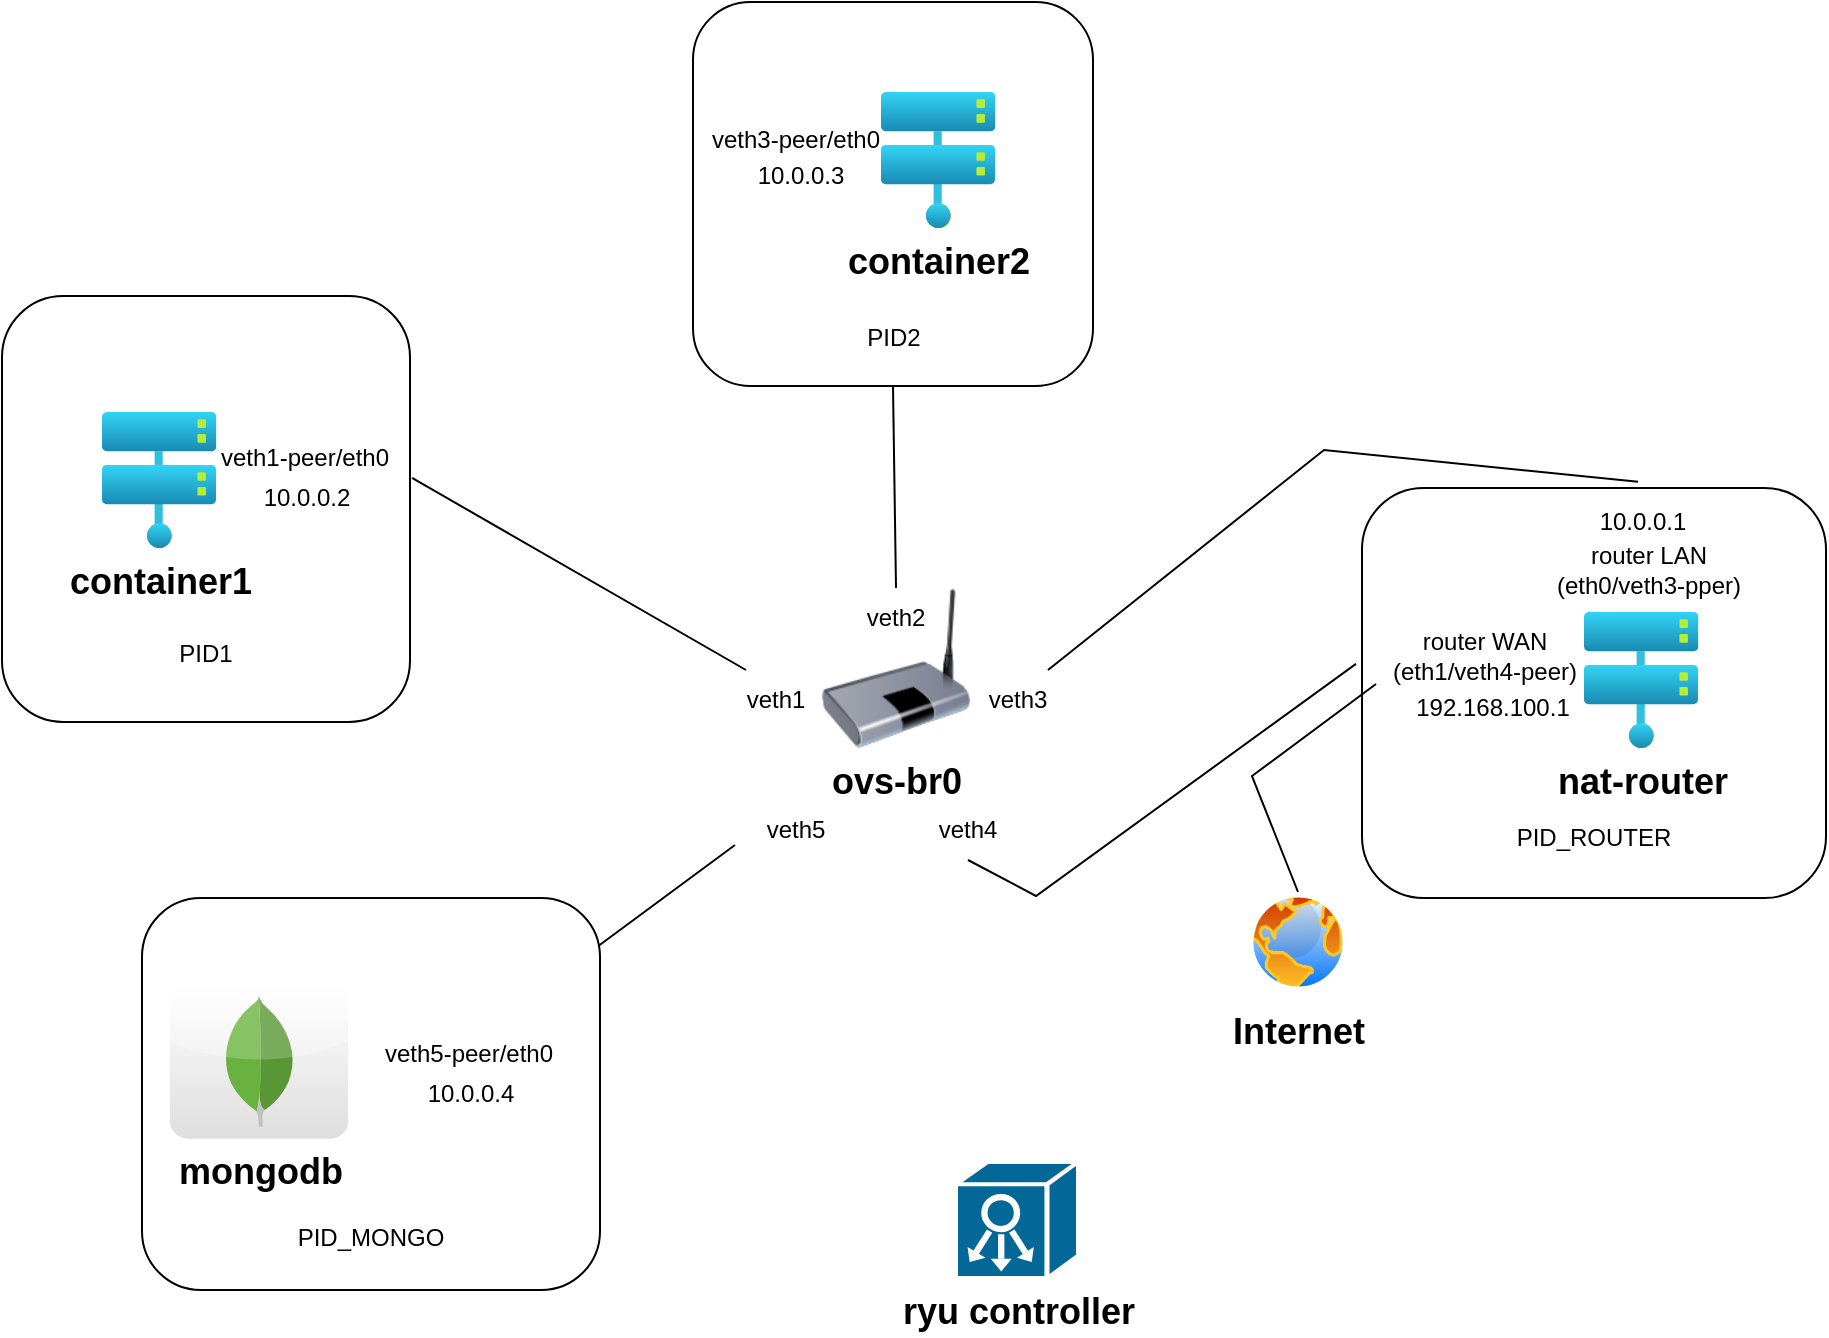
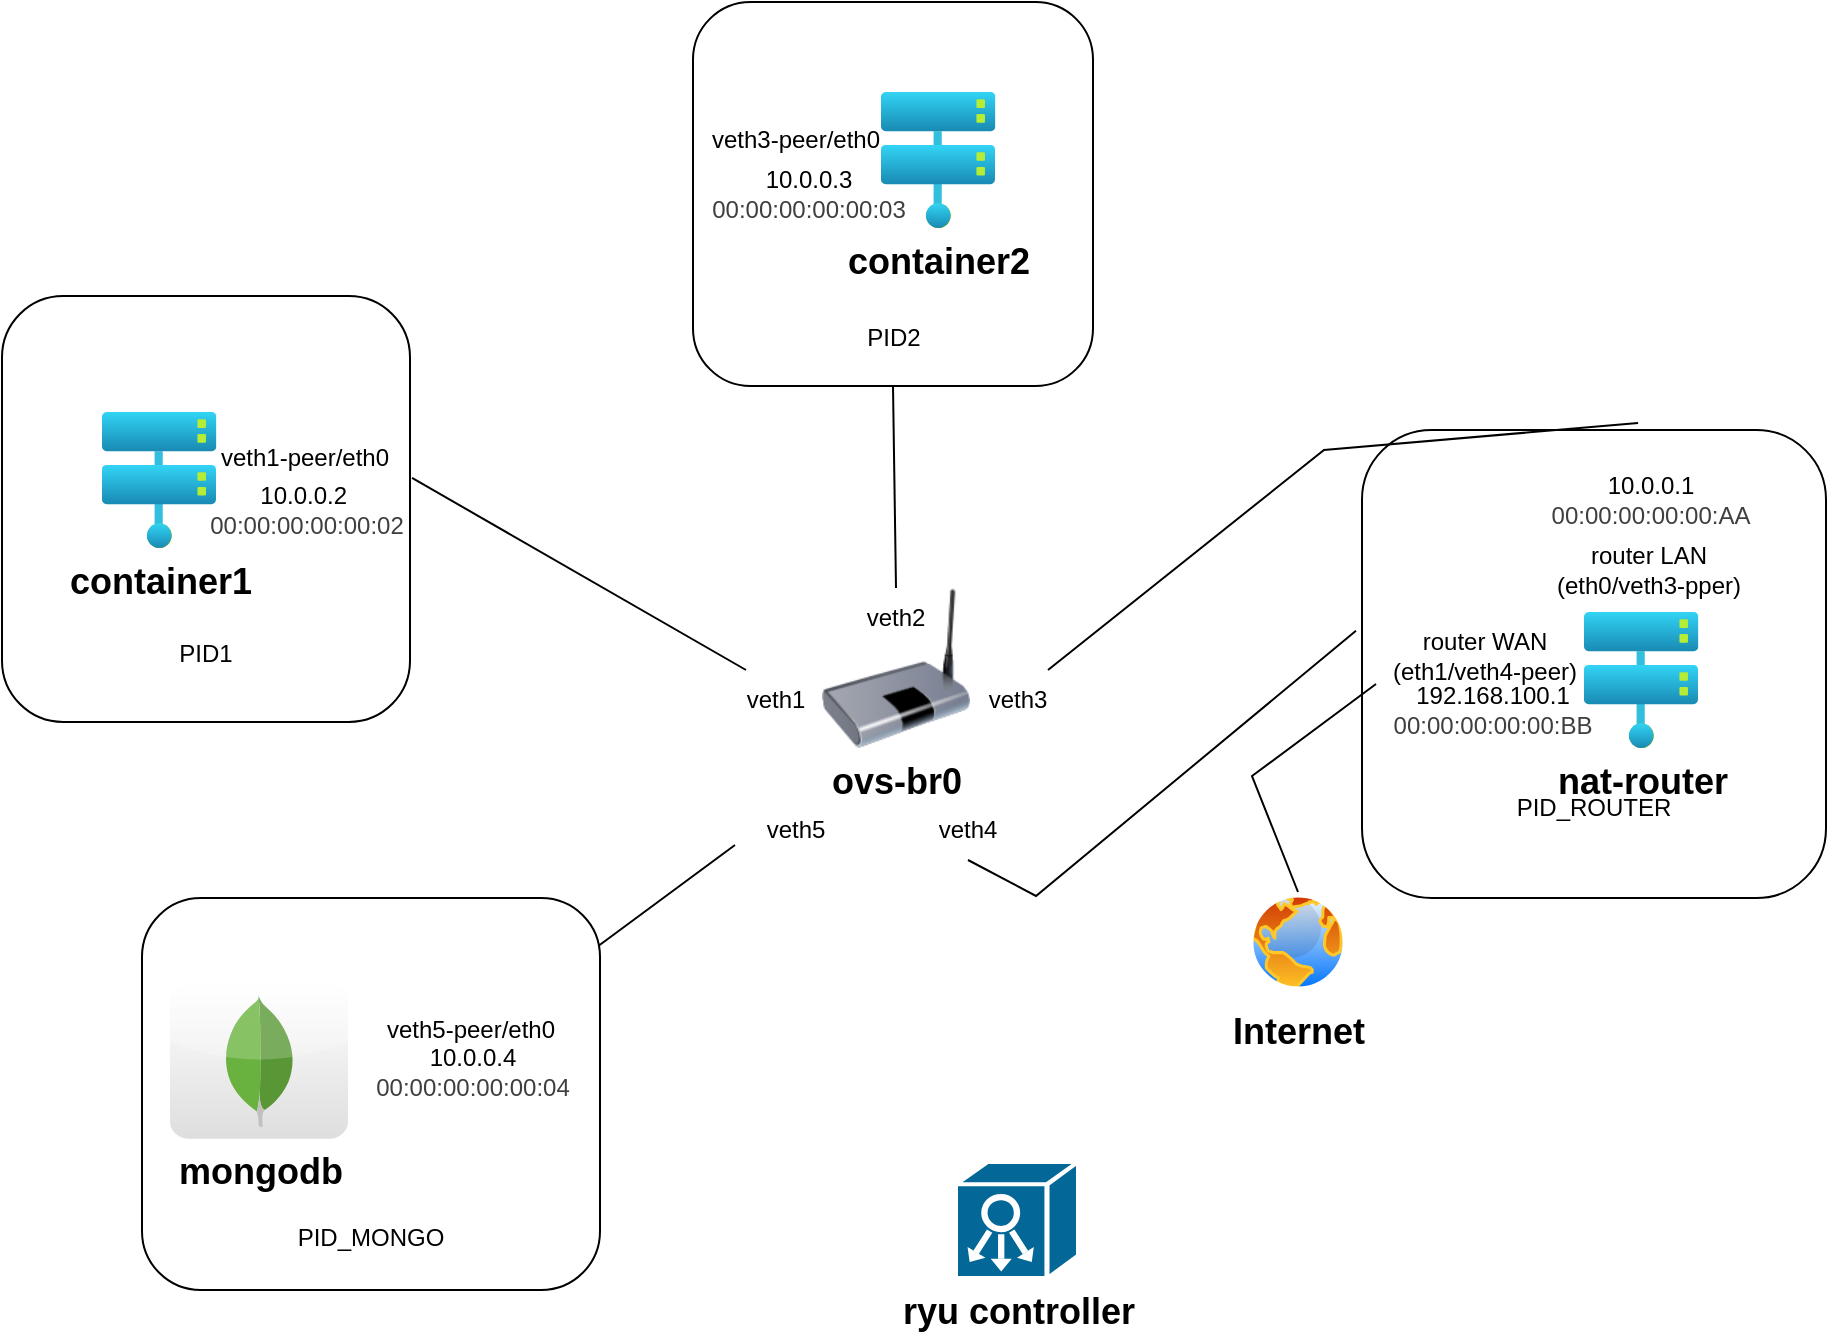
<mxfile host="65bd71144e">
    <diagram name="Página-1" id="NwOvR_DHk89jhENBpbxE">
-         <mxGraphModel dx="2128" dy="1496" grid="0" gridSize="10" guides="1" tooltips="1" connect="1" arrows="1" fold="1" page="0" pageScale="1" pageWidth="827" pageHeight="1169" math="0" shadow="0">
+         <mxGraphModel dx="1884" dy="1351" grid="0" gridSize="10" guides="1" tooltips="1" connect="1" arrows="1" fold="1" page="0" pageScale="1" pageWidth="827" pageHeight="1169" math="0" shadow="0">
            <root>
                <mxCell id="0"/>
                <mxCell id="1" parent="0"/>
                <mxCell id="_Y_jYd9SPT1ps0j-Oji8-1" value="&lt;div&gt;&lt;br&gt;&lt;/div&gt;&lt;div&gt;&lt;br&gt;&lt;/div&gt;&lt;div&gt;&lt;br&gt;&lt;/div&gt;&lt;div&gt;&lt;br&gt;&lt;/div&gt;&lt;div&gt;&lt;br&gt;&lt;/div&gt;&lt;div&gt;&lt;br&gt;&lt;/div&gt;&lt;div&gt;&lt;br&gt;&lt;/div&gt;&lt;div&gt;&lt;br&gt;&lt;/div&gt;&lt;div&gt;&lt;br&gt;&lt;/div&gt;&lt;div&gt;&lt;br&gt;&lt;/div&gt;&lt;div&gt;PID1&lt;/div&gt;" style="rounded=1;whiteSpace=wrap;html=1;fillColor=none;" parent="1" vertex="1">
                    <mxGeometry x="-939" y="-460" width="204" height="213" as="geometry"/>
                </mxCell>
                <mxCell id="3" value="&lt;div&gt;&lt;br&gt;&lt;/div&gt;&lt;div&gt;&lt;br&gt;&lt;/div&gt;&lt;div&gt;&lt;br&gt;&lt;/div&gt;&lt;div&gt;&lt;br&gt;&lt;/div&gt;&lt;div&gt;&lt;br&gt;&lt;/div&gt;&lt;div&gt;&lt;br&gt;&lt;/div&gt;&lt;div&gt;&lt;br&gt;&lt;/div&gt;&lt;div&gt;&lt;br&gt;&lt;/div&gt;&lt;div&gt;&lt;br&gt;&lt;/div&gt;&lt;div&gt;&lt;br&gt;&lt;/div&gt;&lt;div&gt;PID_MONGO&lt;/div&gt;" style="rounded=1;whiteSpace=wrap;html=1;fillColor=none;" parent="1" vertex="1">
                    <mxGeometry x="-869" y="-159" width="229" height="196" as="geometry"/>
                </mxCell>
                <mxCell id="FfjO9b0r70IYd6J5z84P-10" value="&lt;font style=&quot;font-size: 18px;&quot;&gt;&lt;b&gt;ovs-br0&lt;/b&gt;&lt;/font&gt;" style="image;html=1;image=img/lib/clip_art/networking/Bridge_128x128.png" parent="1" vertex="1">
                    <mxGeometry x="-532" y="-314" width="80" height="80" as="geometry"/>
                </mxCell>
                <mxCell id="FfjO9b0r70IYd6J5z84P-16" value="veth3" style="text;html=1;align=center;verticalAlign=middle;whiteSpace=wrap;rounded=0;" parent="1" vertex="1">
                    <mxGeometry x="-461" y="-273" width="60" height="30" as="geometry"/>
                </mxCell>
                <mxCell id="FfjO9b0r70IYd6J5z84P-17" value="veth1" style="text;html=1;align=center;verticalAlign=middle;whiteSpace=wrap;rounded=0;" parent="1" vertex="1">
                    <mxGeometry x="-582" y="-273" width="60" height="30" as="geometry"/>
                </mxCell>
                <mxCell id="FfjO9b0r70IYd6J5z84P-18" value="veth2" style="text;html=1;align=center;verticalAlign=middle;whiteSpace=wrap;rounded=0;" parent="1" vertex="1">
                    <mxGeometry x="-522" y="-314" width="60" height="30" as="geometry"/>
                </mxCell>
                <mxCell id="FfjO9b0r70IYd6J5z84P-19" value="&lt;font style=&quot;font-size: 18px;&quot;&gt;&lt;b&gt;container1&lt;/b&gt;&lt;/font&gt;" style="image;aspect=fixed;html=1;points=[];align=center;fontSize=12;image=img/lib/azure2/compute/Hosts.svg;" parent="1" vertex="1">
                    <mxGeometry x="-889" y="-402" width="57.199999999999996" height="68" as="geometry"/>
                </mxCell>
                <mxCell id="FfjO9b0r70IYd6J5z84P-21" value="&lt;font style=&quot;font-size: 18px;&quot;&gt;&lt;b&gt;container2&lt;/b&gt;&lt;/font&gt;&lt;div&gt;&lt;br&gt;&lt;/div&gt;" style="image;aspect=fixed;html=1;points=[];align=center;fontSize=12;image=img/lib/azure2/compute/Hosts.svg;" parent="1" vertex="1">
                    <mxGeometry x="-499.5" y="-562" width="57.199999999999996" height="68" as="geometry"/>
                </mxCell>
                <mxCell id="FfjO9b0r70IYd6J5z84P-22" value="veth1-peer/eth0" style="text;html=1;align=center;verticalAlign=middle;whiteSpace=wrap;rounded=0;" parent="1" vertex="1">
                    <mxGeometry x="-839" y="-394" width="103" height="30" as="geometry"/>
                </mxCell>
                <mxCell id="FfjO9b0r70IYd6J5z84P-23" value="veth3-peer/eth0" style="text;html=1;align=center;verticalAlign=middle;whiteSpace=wrap;rounded=0;" parent="1" vertex="1">
                    <mxGeometry x="-593.5" y="-553" width="102" height="30" as="geometry"/>
                </mxCell>
                <mxCell id="FfjO9b0r70IYd6J5z84P-24" value="veth4" style="text;html=1;align=center;verticalAlign=middle;whiteSpace=wrap;rounded=0;" parent="1" vertex="1">
                    <mxGeometry x="-486" y="-208" width="60" height="30" as="geometry"/>
                </mxCell>
                <mxCell id="FfjO9b0r70IYd6J5z84P-25" value="&lt;font style=&quot;font-size: 18px;&quot;&gt;&lt;b&gt;nat-router&lt;/b&gt;&lt;/font&gt;" style="image;aspect=fixed;html=1;points=[];align=center;fontSize=12;image=img/lib/azure2/compute/Hosts.svg;" parent="1" vertex="1">
                    <mxGeometry x="-148" y="-302" width="57.199999999999996" height="68" as="geometry"/>
                </mxCell>
                <mxCell id="FfjO9b0r70IYd6J5z84P-26" value="router WAN (eth1/veth4-peer)" style="text;html=1;align=center;verticalAlign=middle;whiteSpace=wrap;rounded=0;" parent="1" vertex="1">
                    <mxGeometry x="-246.5" y="-295" width="97" height="30" as="geometry"/>
                </mxCell>
                <mxCell id="FfjO9b0r70IYd6J5z84P-27" value="router LAN (eth0/veth3-pper)" style="text;html=1;align=center;verticalAlign=middle;whiteSpace=wrap;rounded=0;" parent="1" vertex="1">
                    <mxGeometry x="-164" y="-338" width="97" height="30" as="geometry"/>
                </mxCell>
                <mxCell id="_Y_jYd9SPT1ps0j-Oji8-2" value="&lt;div&gt;&lt;br&gt;&lt;/div&gt;&lt;div&gt;&lt;br&gt;&lt;/div&gt;&lt;div&gt;&lt;br&gt;&lt;/div&gt;&lt;div&gt;&lt;br&gt;&lt;/div&gt;&lt;div&gt;&lt;br&gt;&lt;/div&gt;&lt;div&gt;&lt;br&gt;&lt;/div&gt;&lt;div&gt;&lt;br&gt;&lt;/div&gt;&lt;div&gt;&lt;br&gt;&lt;/div&gt;&lt;div&gt;&lt;br&gt;&lt;/div&gt;&lt;div&gt;&lt;br&gt;&lt;/div&gt;&lt;div&gt;PID2&lt;/div&gt;" style="rounded=1;whiteSpace=wrap;html=1;fillColor=none;" parent="1" vertex="1">
                    <mxGeometry x="-593.5" y="-607" width="200" height="192" as="geometry"/>
                </mxCell>
                <mxCell id="_Y_jYd9SPT1ps0j-Oji8-3" value="&lt;div&gt;&lt;br&gt;&lt;/div&gt;&lt;div&gt;&lt;br&gt;&lt;/div&gt;&lt;div&gt;&lt;br&gt;&lt;/div&gt;&lt;div&gt;&lt;br&gt;&lt;/div&gt;&lt;div&gt;&lt;br&gt;&lt;/div&gt;&lt;div&gt;&lt;br&gt;&lt;/div&gt;&lt;div&gt;&lt;br&gt;&lt;/div&gt;&lt;div&gt;&lt;br&gt;&lt;/div&gt;&lt;div&gt;&lt;br&gt;&lt;/div&gt;&lt;div&gt;&lt;br&gt;&lt;/div&gt;&lt;div&gt;PID_ROUTER&lt;/div&gt;" style="rounded=1;whiteSpace=wrap;html=1;fillColor=none;" parent="1" vertex="1">
-                     <mxGeometry x="-259" y="-364" width="232" height="205" as="geometry"/>
+                     <mxGeometry x="-259" y="-393" width="232" height="234" as="geometry"/>
                </mxCell>
                <mxCell id="_Y_jYd9SPT1ps0j-Oji8-5" value="&lt;font style=&quot;font-size: 18px;&quot;&gt;&lt;b&gt;ryu controller&lt;/b&gt;&lt;/font&gt;" style="shape=mxgraph.cisco.controllers_and_modules.system_controller;html=1;pointerEvents=1;dashed=0;fillColor=#036897;strokeColor=#ffffff;strokeWidth=2;verticalLabelPosition=bottom;verticalAlign=top;align=center;outlineConnect=0;" parent="1" vertex="1">
                    <mxGeometry x="-462" y="-27" width="61" height="58" as="geometry"/>
                </mxCell>
-                 <mxCell id="_Y_jYd9SPT1ps0j-Oji8-6" value="10.0.0.2" style="text;html=1;align=center;verticalAlign=middle;resizable=0;points=[];autosize=1;strokeColor=none;fillColor=none;" parent="1" vertex="1">
-                     <mxGeometry x="-818" y="-372" width="61" height="26" as="geometry"/>
+                 <mxCell id="_Y_jYd9SPT1ps0j-Oji8-6" value="10.0.0.2&amp;nbsp;&lt;div&gt;&lt;span style=&quot;color: rgb(63, 63, 63); white-space-collapse: preserve;&quot;&gt;00:00:00:00:00:02&lt;/span&gt;&lt;/div&gt;" style="text;html=1;align=center;verticalAlign=middle;resizable=0;points=[];autosize=1;strokeColor=none;fillColor=none;" parent="1" vertex="1">
+                     <mxGeometry x="-845" y="-374" width="115" height="41" as="geometry"/>
                </mxCell>
-                 <mxCell id="_Y_jYd9SPT1ps0j-Oji8-7" value="10.0.0.3" style="text;html=1;align=center;verticalAlign=middle;resizable=0;points=[];autosize=1;strokeColor=none;fillColor=none;" parent="1" vertex="1">
-                     <mxGeometry x="-570.5" y="-533" width="61" height="26" as="geometry"/>
+                 <mxCell id="_Y_jYd9SPT1ps0j-Oji8-7" value="10.0.0.3&lt;div&gt;&lt;span style=&quot;color: rgb(63, 63, 63); white-space-collapse: preserve;&quot;&gt;00:00:00:00:00:03&lt;/span&gt;&lt;/div&gt;" style="text;html=1;align=center;verticalAlign=middle;resizable=0;points=[];autosize=1;strokeColor=none;fillColor=none;" parent="1" vertex="1">
+                     <mxGeometry x="-593.5" y="-531.5" width="115" height="41" as="geometry"/>
                </mxCell>
-                 <mxCell id="_Y_jYd9SPT1ps0j-Oji8-8" value="10.0.0.1" style="text;html=1;align=center;verticalAlign=middle;resizable=0;points=[];autosize=1;strokeColor=none;fillColor=none;" parent="1" vertex="1">
-                     <mxGeometry x="-149.5" y="-360" width="61" height="26" as="geometry"/>
+                 <mxCell id="_Y_jYd9SPT1ps0j-Oji8-8" value="10.0.0.1&lt;div&gt;&lt;span style=&quot;color: rgb(63, 63, 63); white-space-collapse: preserve;&quot;&gt;00:00:00:00:00:AA&lt;/span&gt;&lt;/div&gt;" style="text;html=1;align=center;verticalAlign=middle;resizable=0;points=[];autosize=1;strokeColor=none;fillColor=none;" parent="1" vertex="1">
+                     <mxGeometry x="-174" y="-379" width="117" height="41" as="geometry"/>
                </mxCell>
-                 <mxCell id="_Y_jYd9SPT1ps0j-Oji8-10" value="192.168.100.1" style="text;html=1;align=center;verticalAlign=middle;resizable=0;points=[];autosize=1;strokeColor=none;fillColor=none;" parent="1" vertex="1">
-                     <mxGeometry x="-242" y="-267" width="95" height="26" as="geometry"/>
+                 <mxCell id="_Y_jYd9SPT1ps0j-Oji8-10" value="192.168.100.1&lt;div&gt;&lt;span style=&quot;color: rgb(63, 63, 63); white-space-collapse: preserve;&quot;&gt;00:00:00:00:00:BB&lt;/span&gt;&lt;/div&gt;" style="text;html=1;align=center;verticalAlign=middle;resizable=0;points=[];autosize=1;strokeColor=none;fillColor=none;" parent="1" vertex="1">
+                     <mxGeometry x="-253" y="-274" width="117" height="41" as="geometry"/>
                </mxCell>
                <mxCell id="_Y_jYd9SPT1ps0j-Oji8-12" value="" style="endArrow=none;html=1;rounded=0;entryX=0.595;entryY=-0.015;entryDx=0;entryDy=0;entryPerimeter=0;exitX=0.75;exitY=0;exitDx=0;exitDy=0;" parent="1" source="FfjO9b0r70IYd6J5z84P-16" target="_Y_jYd9SPT1ps0j-Oji8-3" edge="1">
                    <mxGeometry width="50" height="50" relative="1" as="geometry">
                        <mxPoint x="-361" y="-326.5" as="sourcePoint"/>
                        <mxPoint x="-128" y="-423" as="targetPoint"/>
                        <Array as="points">
                            <mxPoint x="-278" y="-383"/>
                        </Array>
                    </mxGeometry>
                </mxCell>
                <mxCell id="_Y_jYd9SPT1ps0j-Oji8-13" value="" style="endArrow=none;html=1;rounded=0;entryX=-0.013;entryY=0.429;entryDx=0;entryDy=0;entryPerimeter=0;exitX=0.5;exitY=1;exitDx=0;exitDy=0;" parent="1" source="FfjO9b0r70IYd6J5z84P-24" target="_Y_jYd9SPT1ps0j-Oji8-3" edge="1">
                    <mxGeometry width="50" height="50" relative="1" as="geometry">
                        <mxPoint x="-391" y="-255" as="sourcePoint"/>
                        <mxPoint x="-29" y="-261" as="targetPoint"/>
                        <Array as="points">
                            <mxPoint x="-422" y="-160"/>
                        </Array>
                    </mxGeometry>
                </mxCell>
                <mxCell id="_Y_jYd9SPT1ps0j-Oji8-14" value="" style="endArrow=none;html=1;rounded=0;entryX=0.25;entryY=0;entryDx=0;entryDy=0;exitX=1.005;exitY=0.427;exitDx=0;exitDy=0;exitPerimeter=0;" parent="1" source="_Y_jYd9SPT1ps0j-Oji8-1" target="FfjO9b0r70IYd6J5z84P-17" edge="1">
                    <mxGeometry width="50" height="50" relative="1" as="geometry">
                        <mxPoint x="-834" y="-255" as="sourcePoint"/>
                        <mxPoint x="-599" y="-369" as="targetPoint"/>
                        <Array as="points"/>
                    </mxGeometry>
                </mxCell>
                <mxCell id="_Y_jYd9SPT1ps0j-Oji8-15" value="" style="endArrow=none;html=1;rounded=0;entryX=0.5;entryY=1;entryDx=0;entryDy=0;exitX=0.5;exitY=0;exitDx=0;exitDy=0;" parent="1" source="FfjO9b0r70IYd6J5z84P-18" target="_Y_jYd9SPT1ps0j-Oji8-2" edge="1">
                    <mxGeometry width="50" height="50" relative="1" as="geometry">
                        <mxPoint x="-740" y="-402" as="sourcePoint"/>
                        <mxPoint x="-481" y="-417" as="targetPoint"/>
                        <Array as="points"/>
                    </mxGeometry>
                </mxCell>
                <mxCell id="_Y_jYd9SPT1ps0j-Oji8-16" value="&lt;font style=&quot;font-size: 18px;&quot;&gt;&lt;b&gt;Internet&lt;/b&gt;&lt;/font&gt;" style="image;aspect=fixed;perimeter=ellipsePerimeter;html=1;align=center;shadow=0;dashed=0;spacingTop=3;image=img/lib/active_directory/internet_globe.svg;" parent="1" vertex="1">
                    <mxGeometry x="-316" y="-162" width="50" height="50" as="geometry"/>
                </mxCell>
                <mxCell id="_Y_jYd9SPT1ps0j-Oji8-20" value="" style="endArrow=none;html=1;rounded=0;entryX=-0.013;entryY=0.429;entryDx=0;entryDy=0;entryPerimeter=0;exitX=0.5;exitY=0;exitDx=0;exitDy=0;" parent="1" source="_Y_jYd9SPT1ps0j-Oji8-16" edge="1">
                    <mxGeometry width="50" height="50" relative="1" as="geometry">
                        <mxPoint x="-443" y="-225" as="sourcePoint"/>
                        <mxPoint x="-252" y="-266" as="targetPoint"/>
                        <Array as="points">
                            <mxPoint x="-314" y="-220"/>
                        </Array>
                    </mxGeometry>
                </mxCell>
                <mxCell id="2" value="&lt;font style=&quot;font-size: 18px;&quot;&gt;&lt;b&gt;mongodb&lt;/b&gt;&lt;/font&gt;" style="dashed=0;outlineConnect=0;html=1;align=center;labelPosition=center;verticalLabelPosition=bottom;verticalAlign=top;shape=mxgraph.webicons.mongodb;gradientColor=#DFDEDE" parent="1" vertex="1">
                    <mxGeometry x="-855" y="-116" width="89" height="77.4" as="geometry"/>
                </mxCell>
                <mxCell id="4" value="veth5" style="text;html=1;align=center;verticalAlign=middle;whiteSpace=wrap;rounded=0;" parent="1" vertex="1">
                    <mxGeometry x="-572.5" y="-208" width="60" height="30" as="geometry"/>
                </mxCell>
                <mxCell id="6" value="" style="endArrow=none;html=1;rounded=0;entryX=0;entryY=0.75;entryDx=0;entryDy=0;exitX=0.997;exitY=0.122;exitDx=0;exitDy=0;exitPerimeter=0;" parent="1" source="3" target="4" edge="1">
                    <mxGeometry width="50" height="50" relative="1" as="geometry">
                        <mxPoint x="-724" y="-359" as="sourcePoint"/>
                        <mxPoint x="-557" y="-263" as="targetPoint"/>
                        <Array as="points"/>
                    </mxGeometry>
                </mxCell>
-                 <mxCell id="7" value="10.0.0.4" style="text;html=1;align=center;verticalAlign=middle;resizable=0;points=[];autosize=1;strokeColor=none;fillColor=none;" parent="1" vertex="1">
-                     <mxGeometry x="-736" y="-74" width="61" height="26" as="geometry"/>
+                 <mxCell id="7" value="10.0.0.4&lt;div&gt;&lt;span style=&quot;color: rgb(63, 63, 63); white-space-collapse: preserve;&quot;&gt;00:00:00:00:00:04&lt;/span&gt;&lt;/div&gt;" style="text;html=1;align=center;verticalAlign=middle;resizable=0;points=[];autosize=1;strokeColor=none;fillColor=none;" parent="1" vertex="1">
+                     <mxGeometry x="-762" y="-93" width="115" height="41" as="geometry"/>
                </mxCell>
                <mxCell id="8" value="veth5-peer/eth0" style="text;html=1;align=center;verticalAlign=middle;resizable=0;points=[];autosize=1;strokeColor=none;fillColor=none;" parent="1" vertex="1">
-                     <mxGeometry x="-757" y="-94" width="102" height="26" as="geometry"/>
+                     <mxGeometry x="-756.5" y="-106" width="102" height="26" as="geometry"/>
                </mxCell>
            </root>
        </mxGraphModel>
    </diagram>
</mxfile>